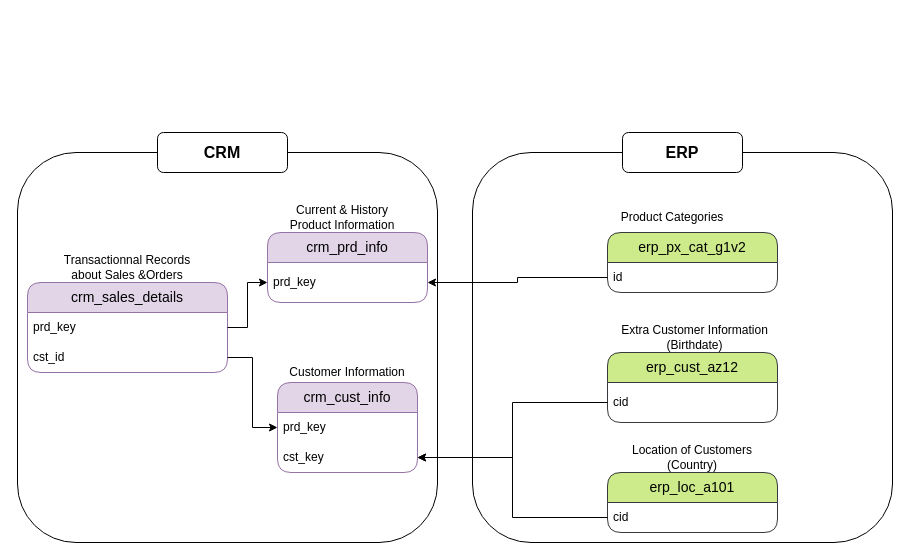
This is projects/data_warehouse/diagrams/data_relations.drawio from w-alkao/sql, a draw.io file, before an edit. Source tidied: cells renumbered, new cells numbered last; positions are measured from the earlier drawing's top-left corner, leaving out a move shared by most shapes. Both pictures are drawn from the tidied source at 100%, with x=0, y=0 at pixel (17, 132).
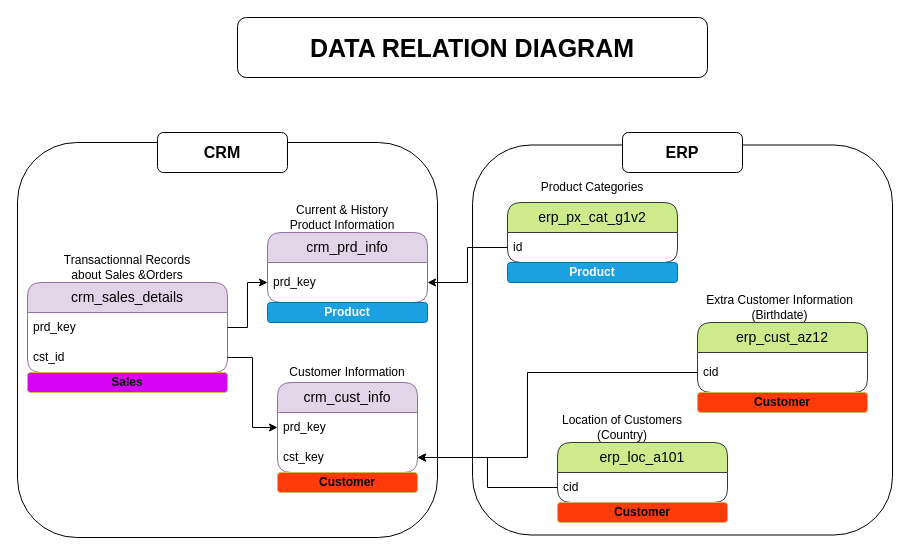
The same diagram, later.

Commit message:
data relation diagram

The change refers to these unchanged cells:
```xml
<mxCell id="6" value="cst_key" style="text;strokeColor=none;fillColor=none;align=left;verticalAlign=middle;spacingLeft=4;spacingRight=4;overflow=hidden;points=[[0,0.5],[1,0.5]];portConstraint=eastwest;whiteSpace=wrap;html=1;" parent="4" vertex="1">
  <mxGeometry y="60" width="140" height="30" as="geometry" />
</mxCell>
<mxCell id="13" value="cid" style="text;strokeColor=none;fillColor=none;align=left;verticalAlign=middle;spacingLeft=4;spacingRight=4;overflow=hidden;points=[[0,0.5],[1,0.5]];portConstraint=eastwest;whiteSpace=wrap;html=1;" parent="12" vertex="1">
  <mxGeometry y="30" width="170" height="40" as="geometry" />
</mxCell>
```

Diff of the diagram source:
```diff
@@
+    <mxCell id="27" style="rounded=1;whiteSpace=wrap;html=1;fillColor=none;" parent="1" vertex="1">
+      <mxGeometry y="10" width="420" height="395" as="geometry" />
+    </mxCell>
+    <mxCell id="28" style="rounded=1;whiteSpace=wrap;html=1;fillColor=none;imageAspect=1;strokeColor=default;" parent="1" vertex="1">
+      <mxGeometry x="455" y="12.5" width="420" height="390" as="geometry" />
+    </mxCell>
@@
     <mxCell id="10" value="&lt;font style=&quot;font-size: 14px;&quot;&gt;erp_px_cat_g1v2&lt;/font&gt;" style="swimlane;fontStyle=0;horizontal=1;startSize=30;whiteSpace=wrap;html=1;rounded=1;fillColor=#cdeb8b;strokeColor=#36393d;" parent="1" vertex="1">
-      <mxGeometry x="590" y="100" width="170" height="60" as="geometry" />
+      <mxGeometry x="490" y="70" width="170" height="60" as="geometry" />
     </mxCell>
@@
     <mxCell id="12" value="&lt;font style=&quot;font-size: 14px;&quot;&gt;erp_cust_az12&lt;/font&gt;" style="swimlane;fontStyle=0;horizontal=1;startSize=30;whiteSpace=wrap;html=1;rounded=1;fillColor=#cdeb8b;strokeColor=#36393d;" parent="1" vertex="1">
-      <mxGeometry x="590" y="220" width="170" height="70" as="geometry" />
+      <mxGeometry x="680" y="190" width="170" height="70" as="geometry" />
     </mxCell>
@@
     <mxCell id="14" value="&lt;font style=&quot;font-size: 14px;&quot;&gt;erp_loc_a101&lt;/font&gt;" style="swimlane;fontStyle=0;horizontal=1;startSize=30;whiteSpace=wrap;html=1;rounded=1;fillColor=#cdeb8b;strokeColor=#36393d;" parent="1" vertex="1">
-      <mxGeometry x="590" y="340" width="170" height="60" as="geometry" />
+      <mxGeometry x="540" y="310" width="170" height="60" as="geometry" />
     </mxCell>
@@
     <mxCell id="19" value="Product Categories" style="text;html=1;whiteSpace=wrap;strokeColor=none;fillColor=none;align=center;verticalAlign=middle;rounded=0;" parent="1" vertex="1">
-      <mxGeometry x="595" y="70" width="120" height="30" as="geometry" />
+      <mxGeometry x="515" y="40" width="120" height="30" as="geometry" />
     </mxCell>
     <mxCell id="20" value="Extra Customer Information (Birthdate)" style="text;html=1;whiteSpace=wrap;strokeColor=none;fillColor=none;align=center;verticalAlign=middle;rounded=0;" parent="1" vertex="1">
-      <mxGeometry x="595" y="190" width="165" height="30" as="geometry" />
+      <mxGeometry x="680" y="160" width="165" height="30" as="geometry" />
     </mxCell>
     <mxCell id="21" value="Location of Customers (Country)" style="text;html=1;whiteSpace=wrap;strokeColor=none;fillColor=none;align=center;verticalAlign=middle;rounded=0;" parent="1" vertex="1">
-      <mxGeometry x="590" y="310" width="170" height="30" as="geometry" />
+      <mxGeometry x="520" y="280" width="170" height="30" as="geometry" />
     </mxCell>
@@
-    <mxCell id="25" style="edgeStyle=orthogonalEdgeStyle;rounded=0;jettySize=auto;html=1;entryX=1;entryY=0.5;entryDx=0;entryDy=0;" parent="1" edge="1" source="13" target="6">
-      <mxGeometry relative="1" as="geometry" />
-    </mxCell>
@@
-    <mxCell id="27" style="rounded=1;whiteSpace=wrap;html=1;fillColor=none;" parent="1" vertex="1">
-      <mxGeometry y="20" width="420" height="390" as="geometry" />
-    </mxCell>
-    <mxCell id="28" style="rounded=1;whiteSpace=wrap;html=1;fillColor=none;imageAspect=1;strokeColor=default;" parent="1" vertex="1">
-      <mxGeometry x="455" y="20" width="420" height="390" as="geometry" />
-    </mxCell>
@@
+    <mxCell id="31" value="&lt;b&gt;Product&lt;/b&gt;" style="text;html=1;strokeColor=#006EAF;fillColor=#1ba1e2;align=center;verticalAlign=middle;whiteSpace=wrap;overflow=hidden;rounded=1;fontColor=#ffffff;" parent="1" vertex="1">
+      <mxGeometry x="250" y="170" width="160" height="20" as="geometry" />
+    </mxCell>
+    <mxCell id="32" value="&lt;b&gt;Sales&lt;/b&gt;" style="text;html=1;strokeColor=#d6b656;fillColor=light-dark(#d602f2, #281d00);align=center;verticalAlign=middle;whiteSpace=wrap;overflow=hidden;rounded=1;" parent="1" vertex="1">
+      <mxGeometry x="10" y="240" width="200" height="20" as="geometry" />
+    </mxCell>
+    <mxCell id="33" value="&lt;b&gt;Customer&lt;/b&gt;" style="text;html=1;strokeColor=#d6b656;fillColor=light-dark(#ff3b0a, #281d00);align=center;verticalAlign=middle;whiteSpace=wrap;overflow=hidden;rounded=1;" parent="1" vertex="1">
+      <mxGeometry x="260" y="340" width="140" height="20" as="geometry" />
+    </mxCell>
+    <mxCell id="34" value="&lt;b&gt;Product&lt;/b&gt;" style="text;html=1;strokeColor=#006EAF;fillColor=#1ba1e2;align=center;verticalAlign=middle;whiteSpace=wrap;overflow=hidden;rounded=1;fontColor=#ffffff;" parent="1" vertex="1">
+      <mxGeometry x="490" y="130" width="170" height="20" as="geometry" />
+    </mxCell>
+    <mxCell id="35" value="&lt;b&gt;Customer&lt;/b&gt;" style="text;html=1;strokeColor=#d6b656;fillColor=light-dark(#ff3b0a, #281d00);align=center;verticalAlign=middle;whiteSpace=wrap;overflow=hidden;rounded=1;" parent="1" vertex="1">
+      <mxGeometry x="540" y="370" width="170" height="20" as="geometry" />
+    </mxCell>
+    <mxCell id="36" value="&lt;b&gt;Customer&lt;/b&gt;" style="text;html=1;strokeColor=#d6b656;fillColor=light-dark(#ff3b0a, #281d00);align=center;verticalAlign=middle;whiteSpace=wrap;overflow=hidden;rounded=1;" parent="1" vertex="1">
+      <mxGeometry x="680" y="260" width="170" height="20" as="geometry" />
+    </mxCell>
+    <mxCell id="25" style="edgeStyle=orthogonalEdgeStyle;rounded=0;jettySize=auto;html=1;entryX=1;entryY=0.5;entryDx=0;entryDy=0;" parent="1" edge="1" source="13" target="6">
+      <mxGeometry relative="1" as="geometry">
+        <Array as="points">
+          <mxPoint x="510" y="240" />
+          <mxPoint x="510" y="325" />
+        </Array>
+      </mxGeometry>
+    </mxCell>
+    <mxCell id="37" value="&lt;b&gt;&lt;font style=&quot;font-size: 25px;&quot;&gt;DATA RELATION DIAGRAM&lt;/font&gt;&lt;/b&gt;" style="rounded=1;whiteSpace=wrap;html=1;" parent="1" vertex="1">
+      <mxGeometry x="220" y="-115" width="470" height="60" as="geometry" />
+    </mxCell>
```
